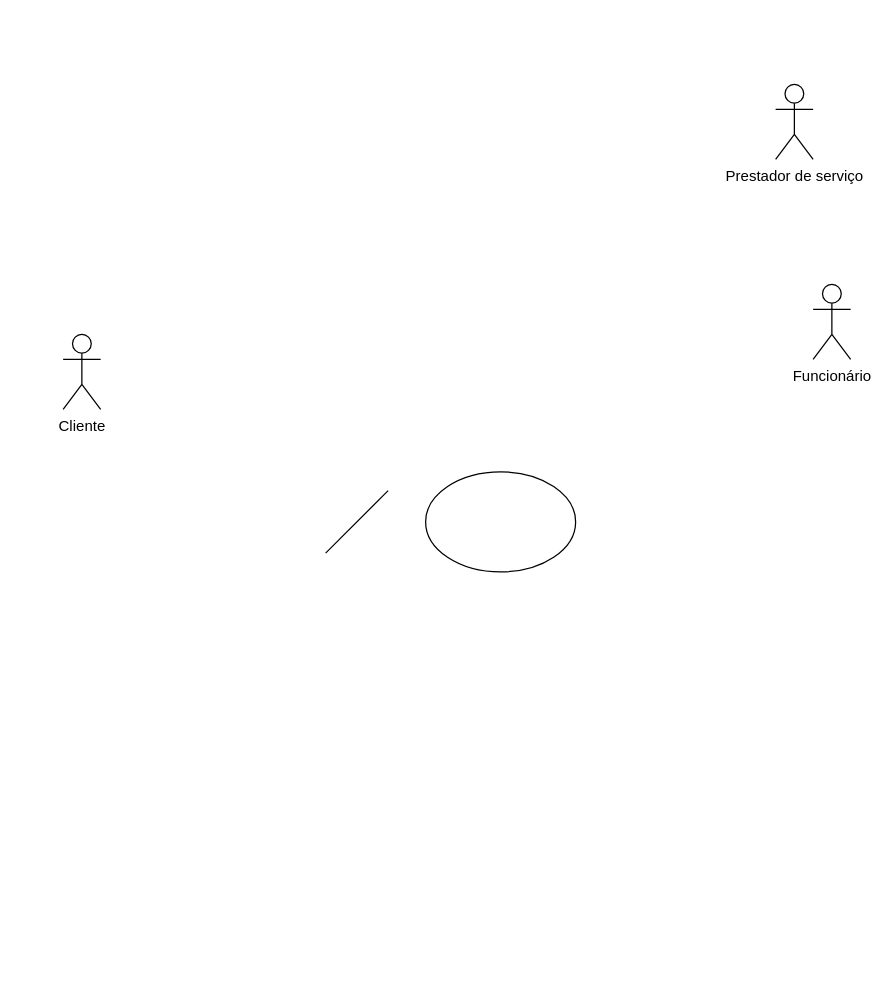
Earlier version of the draw.io diagram Diagrama sem nome.drawio (wholocked1/projeto_eng_software_041). Source tidied: cells renumbered, new cells numbered last; positions are measured from the earlier drawing's top-left corner, leaving out a move shared by most shapes. Both pictures are drawn from the tidied source at 125%, with x=0, y=0 at pixel (62, 84).
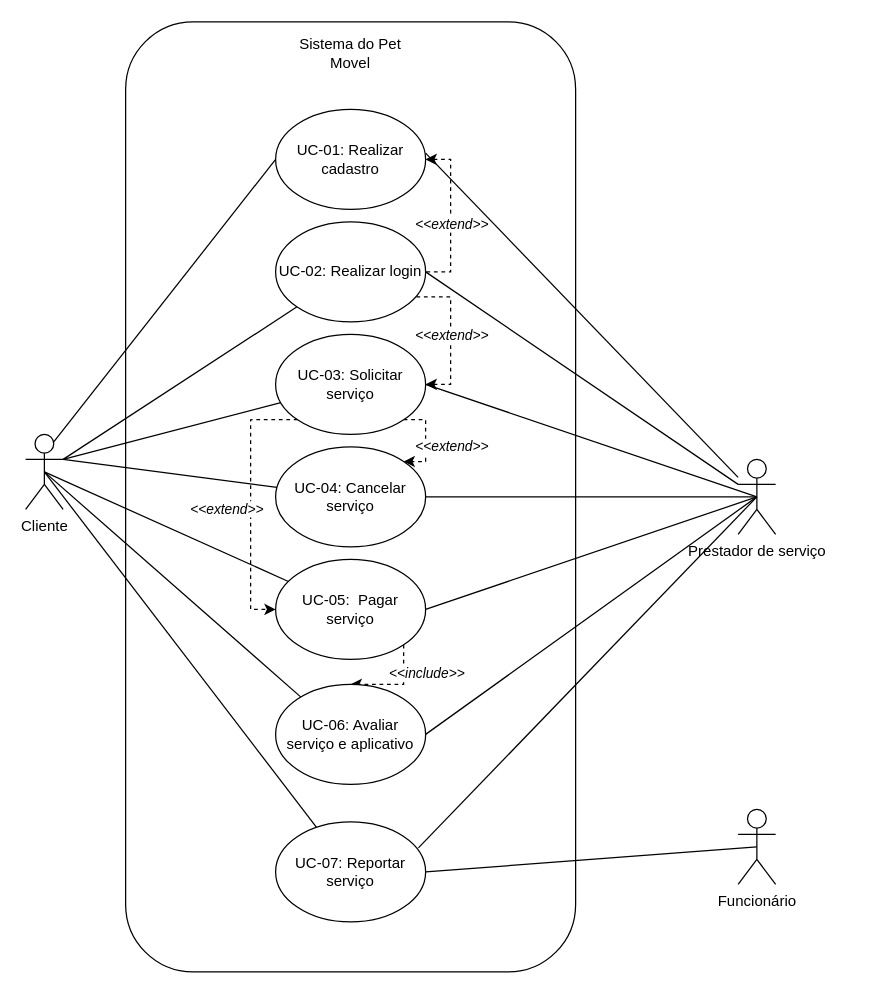
Above is the later version.

What changed in the source:
```diff
@@
+    <mxCell id="7" style="rounded=1;whiteSpace=wrap;html=1;" parent="1" vertex="1">
+      <mxGeometry x="50" y="-50" width="360" height="760" as="geometry" />
+    </mxCell>
     <mxCell id="2" value="Cliente" style="shape=umlActor;verticalLabelPosition=bottom;verticalAlign=top;html=1;outlineConnect=0;" parent="1" vertex="1">
-      <mxGeometry y="200" width="30" height="60" as="geometry" />
+      <mxGeometry x="-30" y="280" width="30" height="60" as="geometry" />
     </mxCell>
     <mxCell id="3" value="Prestador de serviço" style="shape=umlActor;verticalLabelPosition=bottom;verticalAlign=top;html=1;outlineConnect=0;" parent="1" vertex="1">
-      <mxGeometry x="570" width="30" height="60" as="geometry" />
+      <mxGeometry x="540" y="300" width="30" height="60" as="geometry" />
     </mxCell>
     <mxCell id="4" value="Funcionário" style="shape=umlActor;verticalLabelPosition=bottom;verticalAlign=top;html=1;outlineConnect=0;" parent="1" vertex="1">
-      <mxGeometry x="600" y="160" width="30" height="60" as="geometry" />
+      <mxGeometry x="540" y="580" width="30" height="60" as="geometry" />
     </mxCell>
+    <mxCell id="8" style="edgeStyle=orthogonalEdgeStyle;rounded=0;jettySize=auto;html=1;exitX=1;exitY=0.5;exitDx=0;exitDy=0;entryX=1;entryY=0.5;entryDx=0;entryDy=0;endArrow=none;endFill=0;startArrow=classic;startFill=1;dashed=1;" parent="1" edge="1" source="5" target="12">
+      <mxGeometry relative="1" as="geometry" />
+    </mxCell>
+    <mxCell id="9" value="&lt;i&gt;&amp;lt;&amp;lt;extend&amp;gt;&amp;gt;&lt;/i&gt;" style="edgeLabel;html=1;align=center;verticalAlign=middle;" parent="8" vertex="1">
+      <mxGeometry x="-0.19" relative="1" as="geometry">
+        <mxPoint y="18" as="offset" />
+      </mxGeometry>
+    </mxCell>
-    <mxCell id="5" style="ellipse;whiteSpace=wrap;html=1;" parent="1" vertex="1">
-      <mxGeometry x="290" y="310" width="120" height="80" as="geometry" />
+    <mxCell id="5" value="UC-01: Realizar cadastro" style="ellipse;whiteSpace=wrap;html=1;" parent="1" vertex="1">
+      <mxGeometry x="170" y="20" width="120" height="80" as="geometry" />
     </mxCell>
-    <mxCell id="6" style="endArrow=none;html=1;rounded=0;" parent="1" edge="1">
-      <mxGeometry relative="1" as="geometry">
-        <mxPoint x="210" y="375" as="sourcePoint" />
-        <mxPoint x="260" y="325" as="targetPoint" />
-      </mxGeometry>
-    </mxCell>
+    <mxCell id="10" style="endArrow=none;html=1;rounded=0;entryX=0;entryY=0.5;entryDx=0;entryDy=0;exitX=0.75;exitY=0.1;exitDx=0;exitDy=0;exitPerimeter=0;" parent="1" edge="1" source="2" target="5">
+      <mxGeometry relative="1" as="geometry" />
+    </mxCell>
+    <mxCell id="11" style="endArrow=none;html=1;rounded=0;exitX=1;exitY=0.3333333333333333;exitDx=0;exitDy=0;exitPerimeter=0;" parent="1" edge="1" source="2" target="12">
+      <mxGeometry relative="1" as="geometry" />
+    </mxCell>
+    <mxCell id="12" value="UC-02: Realizar login" style="ellipse;whiteSpace=wrap;html=1;" parent="1" vertex="1">
+      <mxGeometry x="170" y="110" width="120" height="80" as="geometry" />
+    </mxCell>
+    <mxCell id="13" style="endArrow=none;html=1;rounded=0;exitX=1;exitY=0.3333333333333333;exitDx=0;exitDy=0;exitPerimeter=0;" parent="1" edge="1" source="2" target="20">
+      <mxGeometry relative="1" as="geometry" />
+    </mxCell>
+    <mxCell id="14" style="edgeStyle=orthogonalEdgeStyle;rounded=0;jettySize=auto;html=1;exitX=1;exitY=0.5;exitDx=0;exitDy=0;dashed=1;endArrow=none;endFill=0;startArrow=classic;startFill=1;" parent="1" edge="1" source="20" target="12">
+      <mxGeometry relative="1" as="geometry">
+        <Array as="points">
+          <mxPoint x="310" y="240" />
+          <mxPoint x="310" y="170" />
+        </Array>
+      </mxGeometry>
+    </mxCell>
+    <mxCell id="15" value="&lt;i&gt;&amp;lt;&amp;lt;extend&amp;gt;&amp;gt;&lt;/i&gt;" style="edgeLabel;html=1;align=center;verticalAlign=middle;" parent="14" vertex="1">
+      <mxGeometry x="0.2" relative="1" as="geometry">
+        <mxPoint y="11" as="offset" />
+      </mxGeometry>
+    </mxCell>
+    <mxCell id="16" style="edgeStyle=orthogonalEdgeStyle;rounded=0;jettySize=auto;html=1;exitX=1;exitY=1;exitDx=0;exitDy=0;entryX=1;entryY=0;entryDx=0;entryDy=0;dashed=1;" parent="1" edge="1" source="20" target="22">
+      <mxGeometry relative="1" as="geometry">
+        <Array as="points">
+          <mxPoint x="290" y="268" />
+          <mxPoint x="290" y="302" />
+        </Array>
+      </mxGeometry>
+    </mxCell>
+    <mxCell id="17" value="&lt;i&gt;&amp;lt;&amp;lt;extend&amp;gt;&amp;gt;&lt;/i&gt;" style="edgeLabel;html=1;align=center;verticalAlign=middle;" parent="16" vertex="1">
+      <mxGeometry x="0.08" relative="1" as="geometry">
+        <mxPoint x="20" y="2" as="offset" />
+      </mxGeometry>
+    </mxCell>
+    <mxCell id="18" style="edgeStyle=orthogonalEdgeStyle;rounded=0;jettySize=auto;html=1;exitX=0;exitY=1;exitDx=0;exitDy=0;entryX=0;entryY=0.5;entryDx=0;entryDy=0;dashed=1;" parent="1" edge="1" source="20" target="26">
+      <mxGeometry relative="1" as="geometry">
+        <Array as="points">
+          <mxPoint x="150" y="268" />
+          <mxPoint x="150" y="420" />
+        </Array>
+      </mxGeometry>
+    </mxCell>
+    <mxCell id="19" value="&lt;i&gt;&amp;lt;&amp;lt;extend&amp;gt;&amp;gt;&lt;/i&gt;" style="edgeLabel;html=1;align=center;verticalAlign=middle;" parent="18" vertex="1">
+      <mxGeometry x="0.1" y="3" relative="1" as="geometry">
+        <mxPoint x="-23" y="-6" as="offset" />
+      </mxGeometry>
+    </mxCell>
+    <mxCell id="20" value="UC-03: Solicitar serviço" style="ellipse;whiteSpace=wrap;html=1;" parent="1" vertex="1">
+      <mxGeometry x="170" y="200" width="120" height="80" as="geometry" />
+    </mxCell>
+    <mxCell id="21" style="endArrow=none;html=1;rounded=0;exitX=1;exitY=0.3333333333333333;exitDx=0;exitDy=0;exitPerimeter=0;" parent="1" edge="1" source="2" target="22">
+      <mxGeometry relative="1" as="geometry" />
+    </mxCell>
+    <mxCell id="22" value="UC-04: Cancelar serviço" style="ellipse;whiteSpace=wrap;html=1;" parent="1" vertex="1">
+      <mxGeometry x="170" y="290" width="120" height="80" as="geometry" />
+    </mxCell>
+    <mxCell id="23" style="endArrow=none;html=1;rounded=0;exitX=0.5;exitY=0.5;exitDx=0;exitDy=0;exitPerimeter=0;" parent="1" edge="1" source="2" target="26">
+      <mxGeometry relative="1" as="geometry" />
+    </mxCell>
+    <mxCell id="24" style="edgeStyle=orthogonalEdgeStyle;rounded=0;jettySize=auto;html=1;exitX=1;exitY=1;exitDx=0;exitDy=0;dashed=1;" parent="1" edge="1" source="26" target="28">
+      <mxGeometry relative="1" as="geometry" />
+    </mxCell>
+    <mxCell id="25" value="&lt;i&gt;&amp;lt;&amp;lt;include&amp;gt;&amp;gt;&lt;/i&gt;" style="edgeLabel;html=1;align=center;verticalAlign=middle;" parent="24" vertex="1">
+      <mxGeometry x="-0.57" relative="1" as="geometry">
+        <mxPoint x="18" y="6" as="offset" />
+      </mxGeometry>
+    </mxCell>
+    <mxCell id="26" value="UC-05:&amp;nbsp; Pagar serviço" style="ellipse;whiteSpace=wrap;html=1;" parent="1" vertex="1">
+      <mxGeometry x="170" y="380" width="120" height="80" as="geometry" />
+    </mxCell>
+    <mxCell id="27" style="endArrow=none;html=1;rounded=0;entryX=0.5;entryY=0.5;entryDx=0;entryDy=0;entryPerimeter=0;" parent="1" edge="1" target="2">
+      <mxGeometry relative="1" as="geometry">
+        <mxPoint x="190" y="490" as="sourcePoint" />
+      </mxGeometry>
+    </mxCell>
+    <mxCell id="28" value="UC-06: Avaliar serviço e aplicativo" style="ellipse;whiteSpace=wrap;html=1;" parent="1" vertex="1">
+      <mxGeometry x="170" y="480" width="120" height="80" as="geometry" />
+    </mxCell>
+    <mxCell id="29" style="endArrow=none;html=1;rounded=0;entryX=0.5;entryY=0.5;entryDx=0;entryDy=0;entryPerimeter=0;" parent="1" edge="1" source="30" target="2">
+      <mxGeometry relative="1" as="geometry" />
+    </mxCell>
+    <mxCell id="30" value="UC-07: Reportar serviço" style="ellipse;whiteSpace=wrap;html=1;" parent="1" vertex="1">
+      <mxGeometry x="170" y="590" width="120" height="80" as="geometry" />
+    </mxCell>
+    <mxCell id="31" style="endArrow=none;html=1;rounded=0;" parent="1" edge="1" target="3">
+      <mxGeometry relative="1" as="geometry">
+        <mxPoint x="290" y="55" as="sourcePoint" />
+      </mxGeometry>
+    </mxCell>
+    <mxCell id="32" style="endArrow=none;html=1;rounded=0;entryX=0;entryY=0.3333333333333333;entryDx=0;entryDy=0;entryPerimeter=0;" parent="1" edge="1" target="3">
+      <mxGeometry relative="1" as="geometry">
+        <mxPoint x="290" y="150" as="sourcePoint" />
+      </mxGeometry>
+    </mxCell>
+    <mxCell id="33" style="endArrow=none;html=1;rounded=0;entryX=0.5;entryY=0.5;entryDx=0;entryDy=0;entryPerimeter=0;" parent="1" edge="1" target="3">
+      <mxGeometry relative="1" as="geometry">
+        <mxPoint x="290" y="240" as="sourcePoint" />
+      </mxGeometry>
+    </mxCell>
+    <mxCell id="34" style="endArrow=none;html=1;rounded=0;entryX=0.5;entryY=0.5;entryDx=0;entryDy=0;entryPerimeter=0;" parent="1" edge="1" target="3">
+      <mxGeometry relative="1" as="geometry">
+        <mxPoint x="290" y="330" as="sourcePoint" />
+      </mxGeometry>
+    </mxCell>
+    <mxCell id="35" style="endArrow=none;html=1;rounded=0;entryX=0.5;entryY=0.5;entryDx=0;entryDy=0;entryPerimeter=0;" parent="1" edge="1" target="3">
+      <mxGeometry relative="1" as="geometry">
+        <mxPoint x="290" y="420" as="sourcePoint" />
+      </mxGeometry>
+    </mxCell>
+    <mxCell id="36" style="endArrow=none;html=1;rounded=0;entryX=0.5;entryY=0.5;entryDx=0;entryDy=0;entryPerimeter=0;" parent="1" edge="1" target="3">
+      <mxGeometry relative="1" as="geometry">
+        <mxPoint x="290" y="520" as="sourcePoint" />
+      </mxGeometry>
+    </mxCell>
+    <mxCell id="37" style="endArrow=none;html=1;rounded=0;entryX=0.5;entryY=0.5;entryDx=0;entryDy=0;entryPerimeter=0;exitX=0.952;exitY=0.26;exitDx=0;exitDy=0;exitPerimeter=0;" parent="1" edge="1" source="30" target="3">
+      <mxGeometry relative="1" as="geometry" />
+    </mxCell>
+    <mxCell id="38" style="endArrow=none;html=1;rounded=0;exitX=1;exitY=0.5;exitDx=0;exitDy=0;entryX=0.5;entryY=0.5;entryDx=0;entryDy=0;entryPerimeter=0;" parent="1" edge="1" source="30" target="4">
+      <mxGeometry relative="1" as="geometry" />
+    </mxCell>
+    <mxCell id="39" value="Sistema do Pet Movel" style="text;html=1;align=center;verticalAlign=middle;whiteSpace=wrap;rounded=0;" parent="1" vertex="1">
+      <mxGeometry x="180" y="-40" width="100" height="30" as="geometry" />
+    </mxCell>
```
